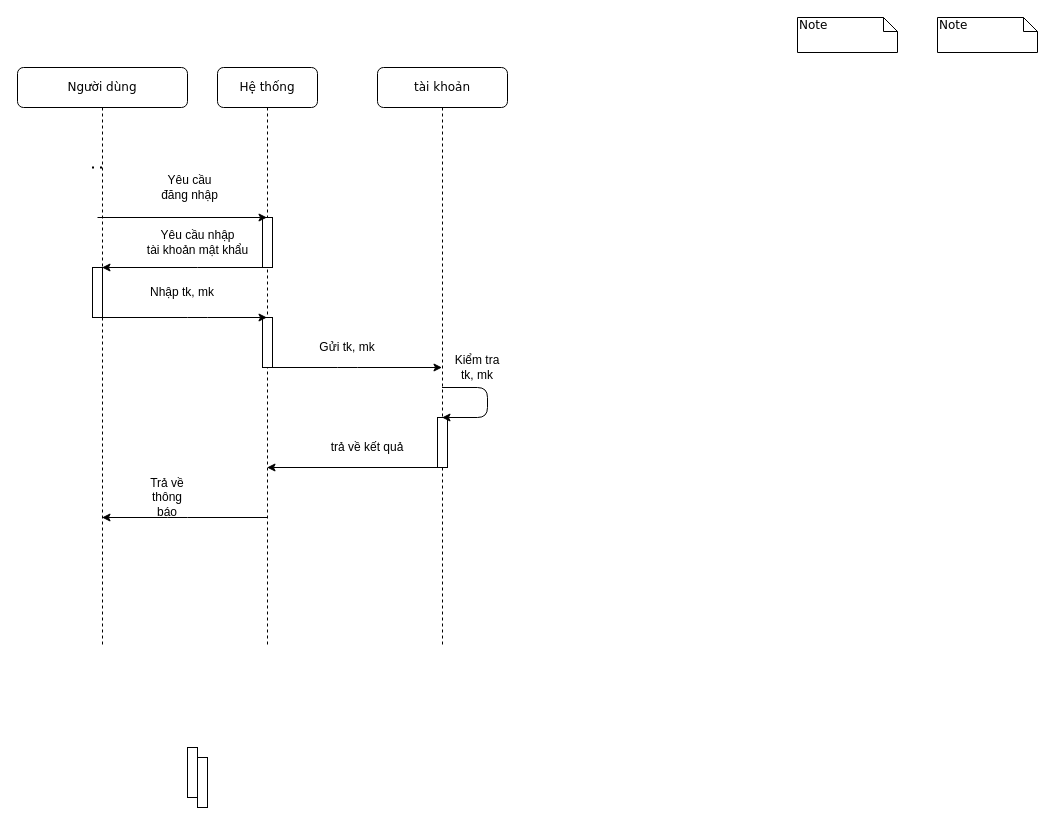
Earlier version of the draw.io diagram src/sample/Untitled Diagram.drawio (GNCTT/new_gnctt). Source tidied: cells renumbered, new cells numbered last; positions are measured from the earlier drawing's top-left corner, leaving out a move shared by most shapes. Both pictures are drawn from the tidied source at 100%, with x=0, y=0 at pixel (17, 17).
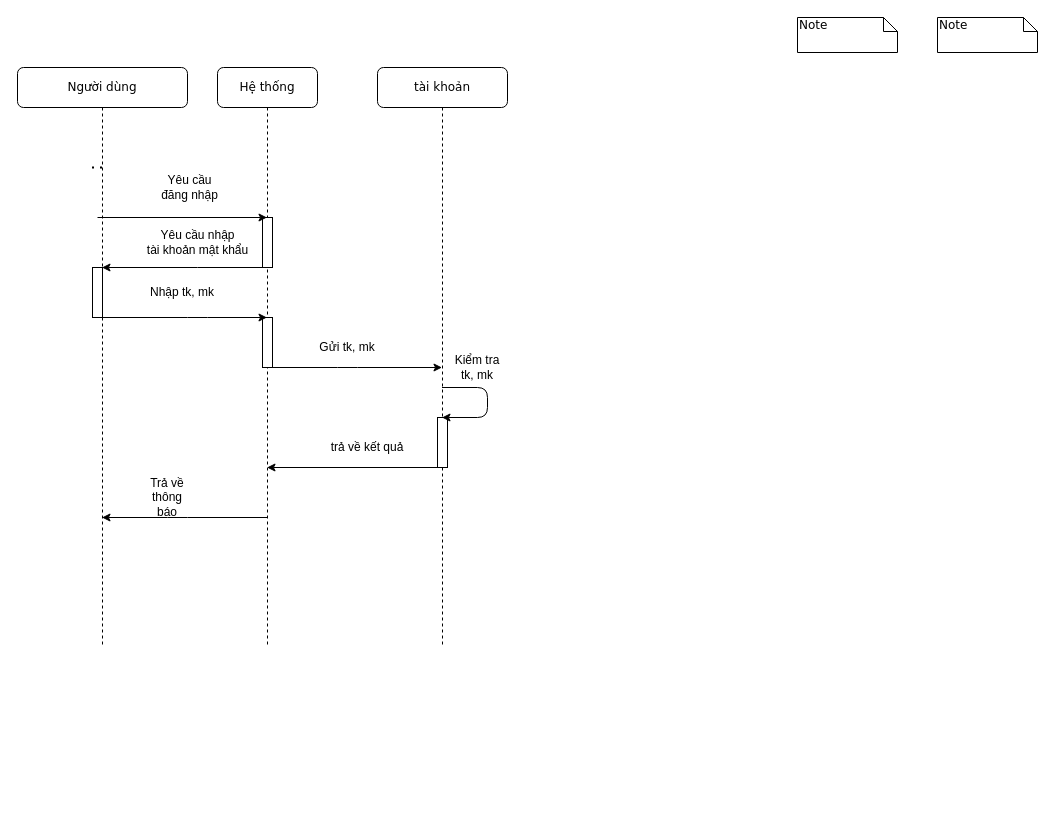
After the change.

Change to the diagram source:
```diff
@@
-    <mxCell id="22" style="html=1;perimeter=orthogonalPerimeter;rounded=0;shadow=0;comic=0;labelBackgroundColor=none;strokeWidth=1;fontFamily=Verdana;fontSize=12;align=center;" parent="1" vertex="1">
-      <mxGeometry x="170" y="730" width="10" height="50" as="geometry" />
-    </mxCell>
-    <mxCell id="23" style="html=1;perimeter=orthogonalPerimeter;rounded=0;shadow=0;comic=0;labelBackgroundColor=none;strokeWidth=1;fontFamily=Verdana;fontSize=12;align=center;" parent="1" vertex="1">
-      <mxGeometry x="180" y="740" width="10" height="50" as="geometry" />
-    </mxCell>
```
